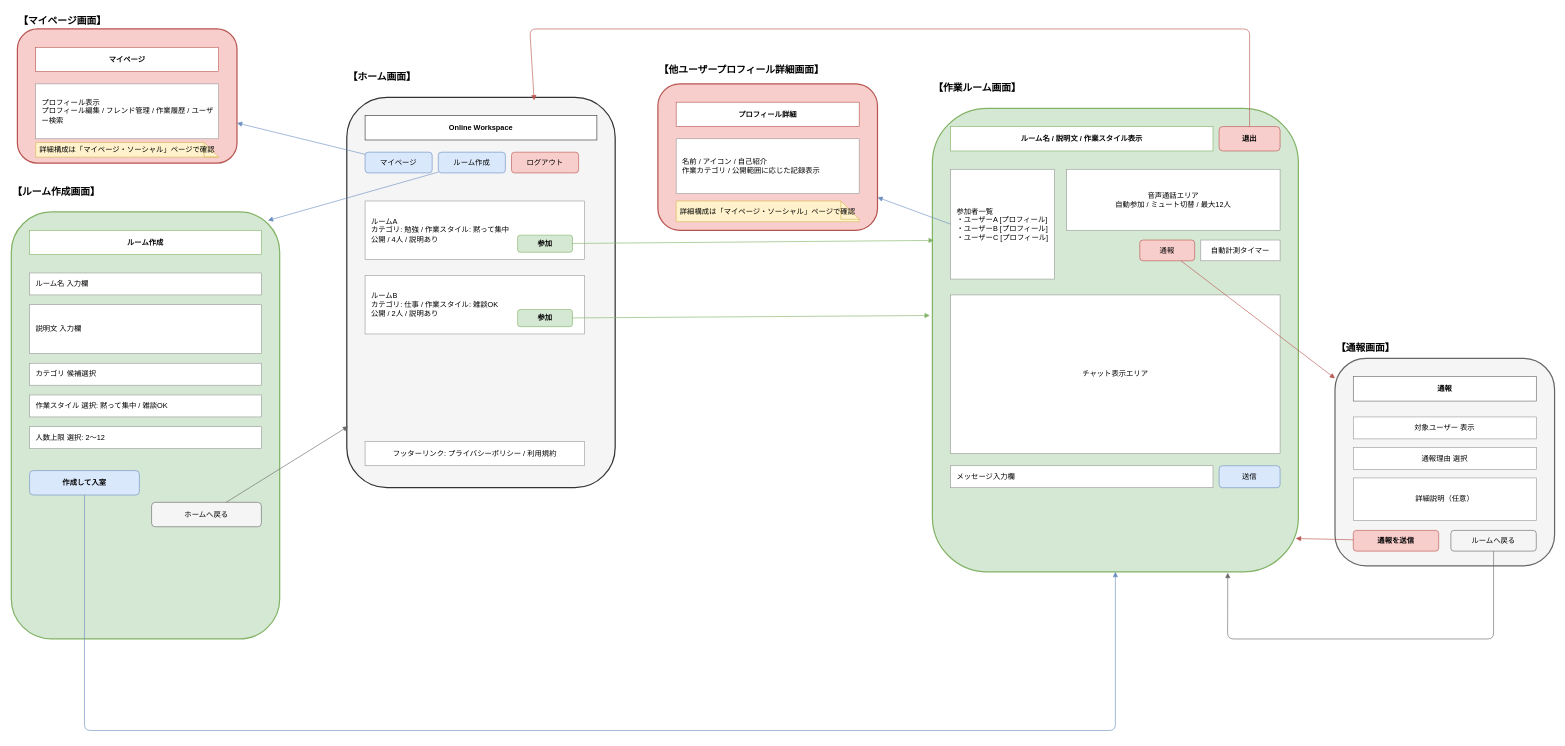
This is page "ホーム・ルーム" (2 of 4) of docs/screen_wireframe.drawio from yuu-ux/online-workspace, a draw.io file, before an edit. Source tidied: cells renumbered, new cells numbered last; positions are measured from the earlier drawing's top-left corner, leaving out a move shared by most shapes. Both pictures are drawn from the tidied source at 61%, with x=0, y=0 at pixel (11, 10).
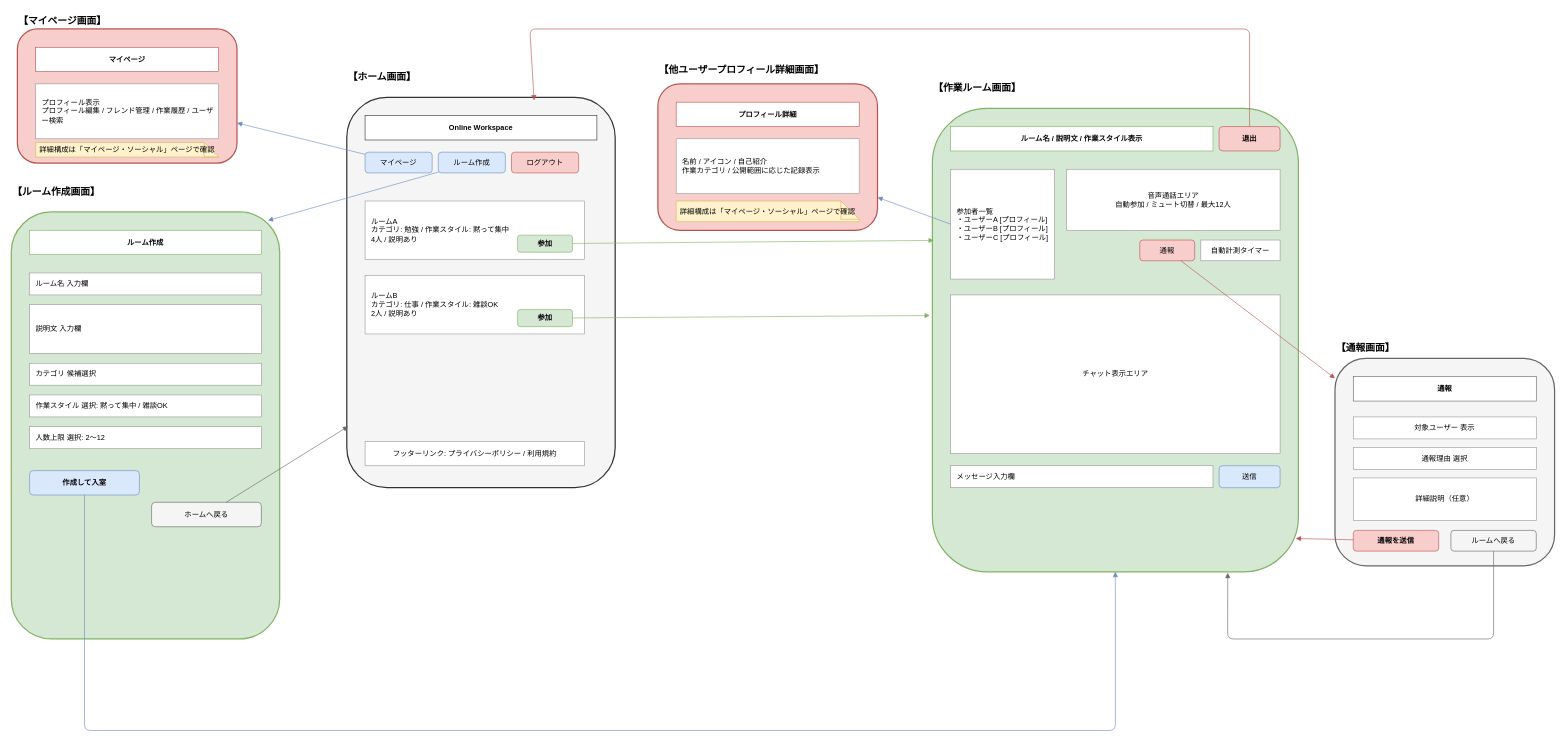
After the change.

Change to the diagram source:
```diff
@@
-    <mxCell id="8" value="ルームA&#10;カテゴリ: 勉強 / 作業スタイル: 黙って集中&#10;公開 / 4人 / 説明あり" style="rounded=0;whiteSpace=wrap;html=1;fillColor=#ffffff;strokeColor=#999999;align=left;spacingLeft=8;" parent="1" vertex="1">
+    <mxCell id="8" value="ルームA&#10;カテゴリ: 勉強 / 作業スタイル: 黙って集中&#10;4人 / 説明あり" style="rounded=0;whiteSpace=wrap;html=1;fillColor=#ffffff;strokeColor=#999999;align=left;spacingLeft=8;" parent="1" vertex="1">
       <mxGeometry x="580" y="312" width="360" height="96" as="geometry" />
     </mxCell>
@@
-    <mxCell id="10" value="ルームB&#10;カテゴリ: 仕事 / 作業スタイル: 雑談OK&#10;公開 / 2人 / 説明あり" style="rounded=0;whiteSpace=wrap;html=1;fillColor=#ffffff;strokeColor=#999999;align=left;spacingLeft=8;" parent="1" vertex="1">
+    <mxCell id="10" value="ルームB&#10;カテゴリ: 仕事 / 作業スタイル: 雑談OK&#10;2人 / 説明あり" style="rounded=0;whiteSpace=wrap;html=1;fillColor=#ffffff;strokeColor=#999999;align=left;spacingLeft=8;" parent="1" vertex="1">
       <mxGeometry x="580" y="434" width="360" height="96" as="geometry" />
     </mxCell>
```
